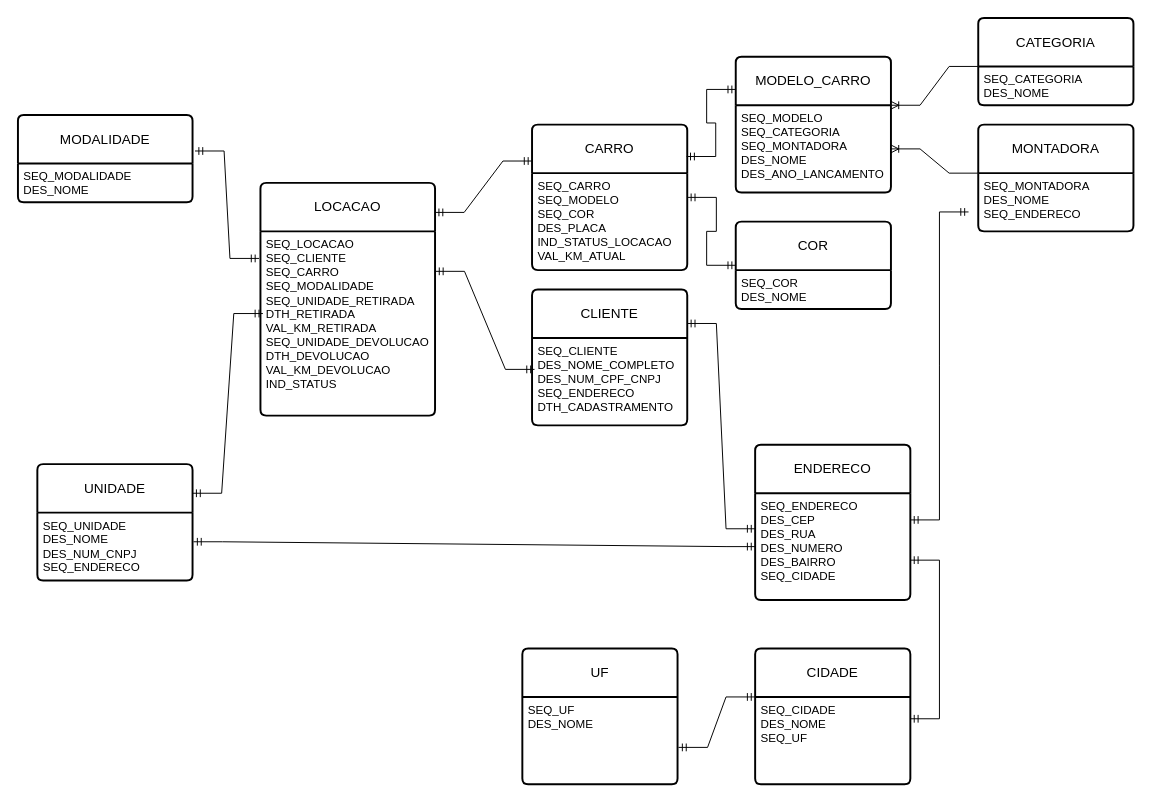
This is esquema_modelagem_dados.drawio from ailezigvilar/backend-ada-mod03-banco-de-dados, a draw.io file, before an edit. Source tidied: cells renumbered, new cells numbered last; positions are measured from the earlier drawing's top-left corner, leaving out a move shared by most shapes. Both pictures are drawn from the tidied source at 97%, with x=0, y=0 at pixel (17, 17).
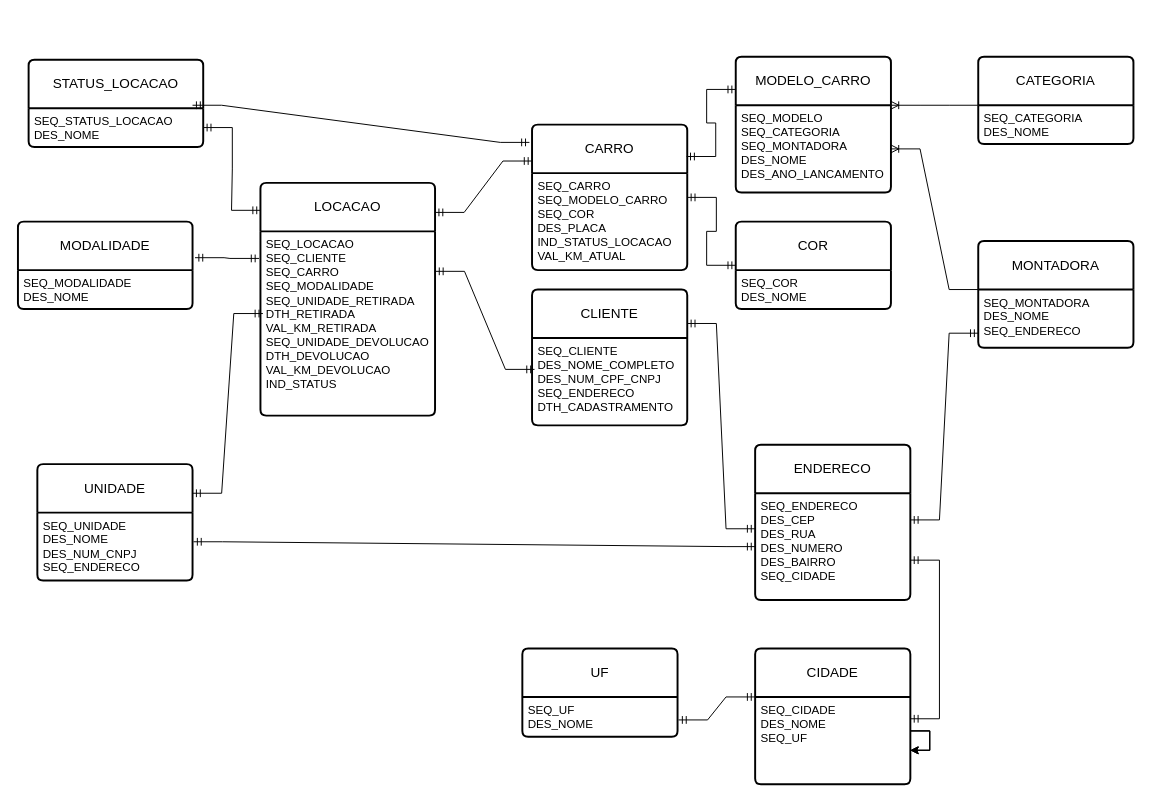
Above is the later version.

The change refers to these unchanged cells:
```xml
<mxCell id="2" value="CARRO" style="swimlane;horizontal=1;startSize=50;rounded=1;fontSize=14;fontStyle=0;strokeWidth=2;shadow=0;dashed=0;align=center;arcSize=4;whiteSpace=wrap;html=1;" parent="1" vertex="1">
  <mxGeometry x="530" y="110" width="160" height="150" as="geometry" />
</mxCell>
<mxCell id="6" value="LOCACAO" style="swimlane;horizontal=1;startSize=50;rounded=1;fontSize=14;fontStyle=0;strokeWidth=2;shadow=0;dashed=0;align=center;arcSize=4;whiteSpace=wrap;html=1;" parent="1" vertex="1">
  <mxGeometry x="250" y="170" width="180" height="240" as="geometry" />
</mxCell>
<mxCell id="11" value="SEQ_MONTADORA&lt;br&gt;DES_NOME&lt;br&gt;SEQ_ENDERECO" style="align=left;strokeColor=none;fillColor=none;spacingLeft=4;fontSize=12;verticalAlign=top;html=1;" parent="10" vertex="1">
  <mxGeometry y="50" width="160" height="60" as="geometry" />
</mxCell>
<mxCell id="15" value="SEQ_ENDERECO&lt;br&gt;DES_CEP&lt;br&gt;DES_RUA&lt;br&gt;DES_NUMERO&lt;br&gt;DES_BAIRRO&lt;br&gt;SEQ_CIDADE" style="align=left;strokeColor=none;fillColor=none;spacingLeft=4;fontSize=12;verticalAlign=top;html=1;" parent="14" vertex="1">
  <mxGeometry y="50" width="160" height="110" as="geometry" />
</mxCell>
<mxCell id="33" value="CIDADE" style="swimlane;horizontal=1;startSize=50;rounded=1;fontSize=14;fontStyle=0;strokeWidth=2;shadow=0;dashed=0;align=center;arcSize=4;whiteSpace=wrap;html=1;" parent="1" vertex="1">
  <mxGeometry x="760" y="650" width="160" height="140" as="geometry" />
</mxCell>
<mxCell id="34" value="SEQ_CIDADE&lt;br&gt;DES_NOME&lt;br&gt;SEQ_UF" style="align=left;strokeColor=none;fillColor=none;spacingLeft=4;fontSize=12;verticalAlign=top;html=1;" parent="33" vertex="1">
  <mxGeometry y="50" width="160" height="90" as="geometry" />
</mxCell>
```

Change to the diagram source:
```diff
@@
-    <mxCell id="3" value="SEQ_CARRO&lt;br&gt;SEQ_MODELO&lt;br&gt;SEQ_COR&lt;br&gt;DES_PLACA&lt;br&gt;IND_STATUS_LOCACAO&lt;br&gt;VAL_KM_ATUAL" style="align=left;strokeColor=none;fillColor=none;spacingLeft=4;fontSize=12;verticalAlign=top;html=1;" parent="2" vertex="1">
+    <mxCell id="3" value="SEQ_CARRO&lt;br&gt;SEQ_MODELO_CARRO&lt;br&gt;SEQ_COR&lt;br&gt;DES_PLACA&lt;br&gt;IND_STATUS_LOCACAO&lt;br&gt;VAL_KM_ATUAL" style="align=left;strokeColor=none;fillColor=none;spacingLeft=4;fontSize=12;verticalAlign=top;html=1;" parent="2" vertex="1">
       <mxGeometry y="50" width="160" height="100" as="geometry" />
     </mxCell>
@@
     <mxCell id="8" value="CATEGORIA" style="swimlane;horizontal=1;startSize=50;rounded=1;fontSize=14;fontStyle=0;strokeWidth=2;shadow=0;dashed=0;align=center;arcSize=4;whiteSpace=wrap;html=1;" parent="1" vertex="1">
-      <mxGeometry x="990" width="160" height="90" as="geometry" />
+      <mxGeometry x="990" y="40" width="160" height="90" as="geometry" />
     </mxCell>
@@
     <mxCell id="10" value="MONTADORA" style="swimlane;horizontal=1;startSize=50;rounded=1;fontSize=14;fontStyle=0;strokeWidth=2;shadow=0;dashed=0;align=center;arcSize=4;whiteSpace=wrap;html=1;" parent="1" vertex="1">
-      <mxGeometry x="990" y="110" width="160" height="110" as="geometry" />
+      <mxGeometry x="990" y="230" width="160" height="110" as="geometry" />
     </mxCell>
@@
     <mxCell id="20" value="MODALIDADE" style="swimlane;horizontal=1;startSize=50;rounded=1;fontSize=14;fontStyle=0;strokeWidth=2;shadow=0;dashed=0;align=center;arcSize=4;whiteSpace=wrap;html=1;" parent="1" vertex="1">
-      <mxGeometry y="100" width="180" height="90" as="geometry" />
+      <mxGeometry y="210" width="180" height="90" as="geometry" />
     </mxCell>
@@
-    <mxCell id="32" style="edgeStyle=entityRelationEdgeStyle;fontSize=12;html=1;endArrow=ERmandOne;startArrow=ERmandOne;rounded=0;exitX=1;exitY=0.25;exitDx=0;exitDy=0;" parent="1" edge="1" source="15">
-      <mxGeometry relative="1" as="geometry">
-        <mxPoint x="980" y="200" as="targetPoint" />
-      </mxGeometry>
+    <mxCell id="32" style="edgeStyle=entityRelationEdgeStyle;fontSize=12;html=1;endArrow=ERmandOne;startArrow=ERmandOne;rounded=0;exitX=1;exitY=0.25;exitDx=0;exitDy=0;entryX=0;entryY=0.75;entryDx=0;entryDy=0;" parent="1" edge="1" source="15" target="11">
+      <mxGeometry relative="1" as="geometry" />
     </mxCell>
@@
+    <mxCell id="39" style="edgeStyle=orthogonalEdgeStyle;rounded=0;orthogonalLoop=1;jettySize=auto;html=1;" parent="33" edge="1" source="34" target="34">
+      <mxGeometry relative="1" as="geometry" />
+    </mxCell>
+    <mxCell id="40" style="edgeStyle=orthogonalEdgeStyle;rounded=0;orthogonalLoop=1;jettySize=auto;html=1;" parent="33" edge="1" source="34" target="34">
+      <mxGeometry relative="1" as="geometry" />
+    </mxCell>
+    <mxCell id="41" style="edgeStyle=orthogonalEdgeStyle;rounded=0;orthogonalLoop=1;jettySize=auto;html=1;" parent="33" edge="1" source="34" target="34">
+      <mxGeometry relative="1" as="geometry" />
+    </mxCell>
+    <mxCell id="42" style="edgeStyle=orthogonalEdgeStyle;rounded=0;orthogonalLoop=1;jettySize=auto;html=1;exitX=0.5;exitY=1;exitDx=0;exitDy=0;" parent="33" edge="1" source="34" target="34">
+      <mxGeometry relative="1" as="geometry" />
+    </mxCell>
@@
     <mxCell id="36" value="UF" style="swimlane;horizontal=1;startSize=50;rounded=1;fontSize=14;fontStyle=0;strokeWidth=2;shadow=0;dashed=0;align=center;arcSize=4;whiteSpace=wrap;html=1;" parent="1" vertex="1">
-      <mxGeometry x="520" y="650" width="160" height="140" as="geometry" />
+      <mxGeometry x="520" y="650" width="160" height="91" as="geometry" />
     </mxCell>
     <mxCell id="37" value="SEQ_UF&lt;br&gt;DES_NOME" style="align=left;strokeColor=none;fillColor=none;spacingLeft=4;fontSize=12;verticalAlign=top;html=1;" parent="36" vertex="1">
-      <mxGeometry y="50" width="160" height="90" as="geometry" />
+      <mxGeometry y="50" width="160" height="41" as="geometry" />
     </mxCell>
@@
+    <mxCell id="43" value="STATUS_LOCACAO" style="swimlane;horizontal=1;startSize=50;rounded=1;fontSize=14;fontStyle=0;strokeWidth=2;shadow=0;dashed=0;align=center;arcSize=4;whiteSpace=wrap;html=1;" parent="1" vertex="1">
+      <mxGeometry x="11" y="43" width="180" height="90" as="geometry" />
+    </mxCell>
+    <mxCell id="44" value="SEQ_STATUS_LOCACAO&lt;br&gt;DES_NOME" style="align=left;strokeColor=none;fillColor=none;spacingLeft=4;fontSize=12;verticalAlign=top;html=1;" parent="43" vertex="1">
+      <mxGeometry y="50" width="180" height="40" as="geometry" />
+    </mxCell>
+    <mxCell id="45" style="edgeStyle=entityRelationEdgeStyle;fontSize=12;html=1;endArrow=ERmandOne;startArrow=ERmandOne;rounded=0;entryX=0.001;entryY=0.118;entryDx=0;entryDy=0;entryPerimeter=0;exitX=1;exitY=0.5;exitDx=0;exitDy=0;" parent="1" edge="1" source="44" target="6">
+      <mxGeometry relative="1" as="geometry" />
+    </mxCell>
+    <mxCell id="46" style="edgeStyle=entityRelationEdgeStyle;fontSize=12;html=1;endArrow=ERmandOne;startArrow=ERmandOne;rounded=0;entryX=-0.017;entryY=0.122;entryDx=0;entryDy=0;entryPerimeter=0;" parent="1" edge="1" target="2">
+      <mxGeometry relative="1" as="geometry">
+        <mxPoint x="180" y="90" as="sourcePoint" />
+      </mxGeometry>
+    </mxCell>
```
